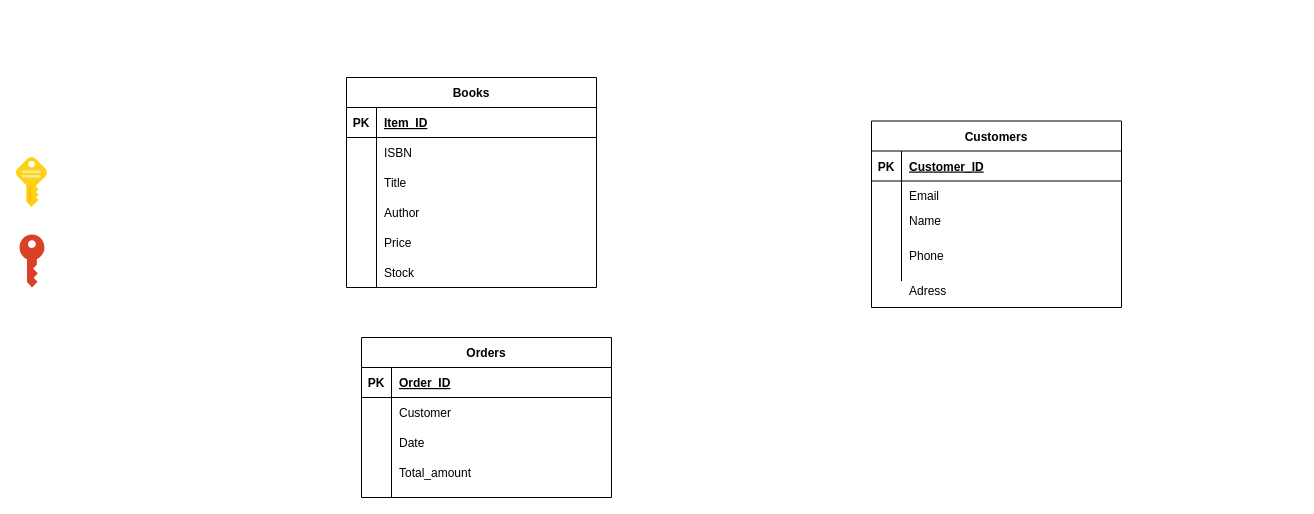
The draw.io diagram inlamning_1_ER.drawio in MagRos715/inlamnning_1, before the edit. Source tidied: cells renumbered, new cells numbered last; positions are measured from the earlier drawing's top-left corner, leaving out a move shared by most shapes. Both pictures are drawn from the tidied source at 100%, with x=0, y=0 at pixel (16, 77).
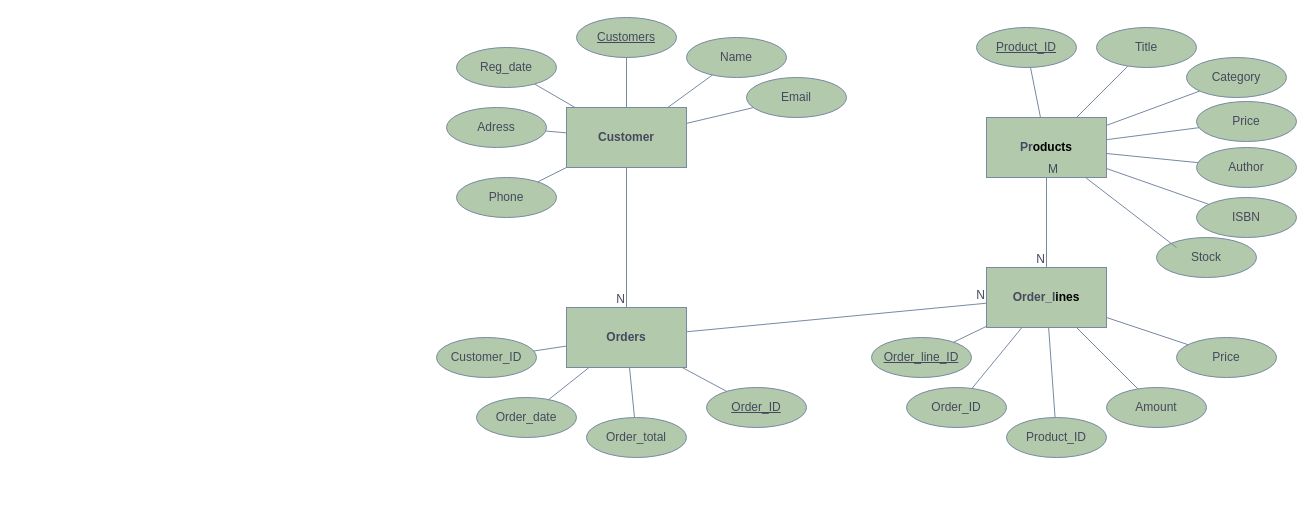
The same page after the edit.

Change to the diagram source:
```diff
@@
-    <mxCell id="2" style="image;sketch=0;html=1;align=center;fontSize=12;image=img/lib/mscae/Key.svg;imageBackground=none;fillStyle=auto;" parent="1" vertex="1">
-      <mxGeometry y="80" width="31" height="50" as="geometry" />
-    </mxCell>
-    <mxCell id="3" style="sketch=0;shadow=0;dashed=0;html=1;strokeColor=none;labelPosition=center;verticalLabelPosition=bottom;verticalAlign=top;align=center;shape=mxgraph.office.security.key_permissions;fillColor=#DA4026;" parent="1" vertex="1">
-      <mxGeometry x="3" y="157" width="25" height="53" as="geometry" />
-    </mxCell>
-    <mxCell id="4" style="group;" parent="1" vertex="1">
-      <mxGeometry x="855" y="43.5" width="250" height="186.5" as="geometry" />
-    </mxCell>
+    <mxCell id="37" value="&lt;b&gt;Customer&lt;/b&gt;" style="whiteSpace=wrap;html=1;align=center;labelBackgroundColor=none;fillColor=#B2C9AB;strokeColor=#788AA3;fontColor=#46495D;" parent="1" vertex="1">
+      <mxGeometry x="550" y="30" width="120" height="60" as="geometry" />
+    </mxCell>
+    <mxCell id="30" value="&lt;b&gt;Orders&lt;/b&gt;" style="whiteSpace=wrap;html=1;labelBackgroundColor=none;fillColor=#B2C9AB;strokeColor=#788AA3;fontColor=#46495D;" parent="1" vertex="1">
+      <mxGeometry x="550" y="230" width="120" height="60" as="geometry" />
+    </mxCell>
+    <mxCell id="40" value="&lt;b&gt;Order_l&lt;span style=&quot;background-color: transparent; color: light-dark(rgb(0, 0, 0), rgb(255, 255, 255));&quot;&gt;ines&lt;/span&gt;&lt;/b&gt;" style="whiteSpace=wrap;html=1;labelBackgroundColor=none;fillColor=#B2C9AB;strokeColor=#788AA3;fontColor=#46495D;" parent="1" vertex="1">
+      <mxGeometry x="970" y="190" width="120" height="60" as="geometry" />
+    </mxCell>
+    <mxCell id="41" value="&lt;b&gt;Pr&lt;span style=&quot;background-color: transparent; color: light-dark(rgb(0, 0, 0), rgb(255, 255, 255));&quot;&gt;oducts&lt;/span&gt;&lt;/b&gt;" style="whiteSpace=wrap;html=1;labelBackgroundColor=none;fillColor=#B2C9AB;strokeColor=#788AA3;fontColor=#46495D;" parent="1" vertex="1">
+      <mxGeometry x="970" y="40" width="120" height="60" as="geometry" />
+    </mxCell>
+    <mxCell id="12" value="Name" style="ellipse;whiteSpace=wrap;html=1;align=center;labelBackgroundColor=none;fillColor=#B2C9AB;strokeColor=#788AA3;fontColor=#46495D;" parent="1" vertex="1">
+      <mxGeometry x="670" y="-40" width="100" height="40" as="geometry" />
+    </mxCell>
-    <mxCell id="5" value="Customers" style="shape=table;startSize=30;childLayout=tableLayout;rowLines=0;fontStyle=1;align=center;" parent="4" vertex="1">
-      <mxGeometry width="250" height="186.5" as="geometry" />
+    <mxCell id="5" value="Customers" style="ellipse;whiteSpace=wrap;html=1;align=center;fontStyle=4;labelBackgroundColor=none;fillColor=#B2C9AB;strokeColor=#788AA3;fontColor=#46495D;" parent="1" vertex="1">
+      <mxGeometry x="560" y="-60" width="100" height="40" as="geometry" />
     </mxCell>
-    <mxCell id="6" style="shape=partialRectangle;fillColor=none;top=0;left=0;right=0;bottom=1;" parent="5" vertex="1">
-      <mxGeometry y="30" width="250" height="30" as="geometry" />
-    </mxCell>
-    <mxCell id="7" value="PK" style="shape=partialRectangle;overflow=hidden;fillColor=none;top=0;left=0;bottom=0;right=0;fontStyle=1;" parent="6" vertex="1">
-      <mxGeometry width="30" height="30" as="geometry" />
-    </mxCell>
+    <mxCell id="42" value="Reg_date" style="ellipse;whiteSpace=wrap;html=1;align=center;labelBackgroundColor=none;fillColor=#B2C9AB;strokeColor=#788AA3;fontColor=#46495D;" parent="1" vertex="1">
+      <mxGeometry x="440" y="-30" width="100" height="40" as="geometry" />
+    </mxCell>
+    <mxCell id="14" value="Adress" style="ellipse;whiteSpace=wrap;html=1;align=center;labelBackgroundColor=none;fillColor=#B2C9AB;strokeColor=#788AA3;fontColor=#46495D;" parent="1" vertex="1">
+      <mxGeometry x="430" y="30" width="100" height="40" as="geometry" />
+    </mxCell>
+    <mxCell id="13" value="Phone" style="ellipse;whiteSpace=wrap;html=1;align=center;labelBackgroundColor=none;fillColor=#B2C9AB;strokeColor=#788AA3;fontColor=#46495D;" parent="1" vertex="1">
+      <mxGeometry x="440" y="100" width="100" height="40" as="geometry" />
+    </mxCell>
+    <mxCell id="15" value="Email" style="ellipse;whiteSpace=wrap;html=1;align=center;labelBackgroundColor=none;fillColor=#B2C9AB;strokeColor=#788AA3;fontColor=#46495D;" parent="1" vertex="1">
+      <mxGeometry x="730" width="100" height="40" as="geometry" />
+    </mxCell>
+    <mxCell id="43" value="Order_ID" style="ellipse;whiteSpace=wrap;html=1;align=center;fontStyle=4;labelBackgroundColor=none;fillColor=#B2C9AB;strokeColor=#788AA3;fontColor=#46495D;" parent="1" vertex="1">
+      <mxGeometry x="690" y="310" width="100" height="40" as="geometry" />
+    </mxCell>
+    <mxCell id="44" value="Order_line_ID" style="ellipse;whiteSpace=wrap;html=1;align=center;fontStyle=4;labelBackgroundColor=none;fillColor=#B2C9AB;strokeColor=#788AA3;fontColor=#46495D;" parent="1" vertex="1">
+      <mxGeometry x="855" y="260" width="100" height="40" as="geometry" />
+    </mxCell>
+    <mxCell id="45" value="Product_ID" style="ellipse;whiteSpace=wrap;html=1;align=center;fontStyle=4;labelBackgroundColor=none;fillColor=#B2C9AB;strokeColor=#788AA3;fontColor=#46495D;" parent="1" vertex="1">
+      <mxGeometry x="960" y="-50" width="100" height="40" as="geometry" />
+    </mxCell>
+    <mxCell id="46" value="Amount" style="ellipse;whiteSpace=wrap;html=1;align=center;labelBackgroundColor=none;fillColor=#B2C9AB;strokeColor=#788AA3;fontColor=#46495D;" parent="1" vertex="1">
+      <mxGeometry x="1090" y="310" width="100" height="40" as="geometry" />
+    </mxCell>
+    <mxCell id="47" value="Price" style="ellipse;whiteSpace=wrap;html=1;align=center;labelBackgroundColor=none;fillColor=#B2C9AB;strokeColor=#788AA3;fontColor=#46495D;" parent="1" vertex="1">
+      <mxGeometry x="1160" y="260" width="100" height="40" as="geometry" />
+    </mxCell>
+    <mxCell id="28" value="Stock" style="ellipse;whiteSpace=wrap;html=1;align=center;labelBackgroundColor=none;fillColor=#B2C9AB;strokeColor=#788AA3;fontColor=#46495D;" parent="1" vertex="1">
+      <mxGeometry x="1140" y="160" width="100" height="40" as="geometry" />
+    </mxCell>
+    <mxCell id="24" value="ISBN" style="ellipse;whiteSpace=wrap;html=1;align=center;labelBackgroundColor=none;fillColor=#B2C9AB;strokeColor=#788AA3;fontColor=#46495D;" parent="1" vertex="1">
+      <mxGeometry x="1180" y="120" width="100" height="40" as="geometry" />
+    </mxCell>
+    <mxCell id="26" value="Author" style="ellipse;whiteSpace=wrap;html=1;align=center;labelBackgroundColor=none;fillColor=#B2C9AB;strokeColor=#788AA3;fontColor=#46495D;" parent="1" vertex="1">
+      <mxGeometry x="1180" y="70" width="100" height="40" as="geometry" />
+    </mxCell>
+    <mxCell id="48" value="Price" style="ellipse;whiteSpace=wrap;html=1;align=center;labelBackgroundColor=none;fillColor=#B2C9AB;strokeColor=#788AA3;fontColor=#46495D;" parent="1" vertex="1">
+      <mxGeometry x="1180" y="24" width="100" height="40" as="geometry" />
+    </mxCell>
+    <mxCell id="49" value="Category" style="ellipse;whiteSpace=wrap;html=1;align=center;labelBackgroundColor=none;fillColor=#B2C9AB;strokeColor=#788AA3;fontColor=#46495D;" parent="1" vertex="1">
+      <mxGeometry x="1170" y="-20" width="100" height="40" as="geometry" />
+    </mxCell>
+    <mxCell id="25" value="Title" style="ellipse;whiteSpace=wrap;html=1;align=center;labelBackgroundColor=none;fillColor=#B2C9AB;strokeColor=#788AA3;fontColor=#46495D;" parent="1" vertex="1">
+      <mxGeometry x="1080" y="-50" width="100" height="40" as="geometry" />
+    </mxCell>
+    <mxCell id="50" value="Product_ID" style="ellipse;whiteSpace=wrap;html=1;align=center;labelBackgroundColor=none;fillColor=#B2C9AB;strokeColor=#788AA3;fontColor=#46495D;" parent="1" vertex="1">
+      <mxGeometry x="990" y="340" width="100" height="40" as="geometry" />
+    </mxCell>
+    <mxCell id="51" value="Order_total" style="ellipse;whiteSpace=wrap;html=1;align=center;labelBackgroundColor=none;fillColor=#B2C9AB;strokeColor=#788AA3;fontColor=#46495D;" parent="1" vertex="1">
+      <mxGeometry x="570" y="340" width="100" height="40" as="geometry" />
+    </mxCell>
+    <mxCell id="52" value="Order_date" style="ellipse;whiteSpace=wrap;html=1;align=center;labelBackgroundColor=none;fillColor=#B2C9AB;strokeColor=#788AA3;fontColor=#46495D;" parent="1" vertex="1">
+      <mxGeometry x="460" y="320" width="100" height="40" as="geometry" />
+    </mxCell>
-    <mxCell id="8" value="Customer_ID" style="shape=partialRectangle;overflow=hidden;fillColor=none;top=0;left=0;bottom=0;right=0;align=left;spacingLeft=6;fontStyle=5;" parent="6" vertex="1">
-      <mxGeometry x="30" width="220" height="30" as="geometry" />
+    <mxCell id="8" value="Customer_ID" style="ellipse;whiteSpace=wrap;html=1;align=center;labelBackgroundColor=none;fillColor=#B2C9AB;strokeColor=#788AA3;fontColor=#46495D;" parent="1" vertex="1">
+      <mxGeometry x="420" y="260" width="100" height="40" as="geometry" />
     </mxCell>
-    <mxCell id="9" style="shape=partialRectangle;fillColor=none;top=0;left=0;right=0;bottom=0;" parent="5" vertex="1">
-      <mxGeometry y="60" width="250" height="100" as="geometry" />
-    </mxCell>
-    <mxCell id="10" style="shape=partialRectangle;overflow=hidden;fillColor=none;top=0;left=0;bottom=0;right=0;" parent="9" vertex="1">
-      <mxGeometry width="30" height="100" as="geometry" />
-    </mxCell>
-    <mxCell id="11" style="shape=partialRectangle;overflow=hidden;fillColor=none;top=0;left=0;bottom=0;right=0;align=left;spacingLeft=6;" parent="9" vertex="1">
-      <mxGeometry x="30" width="220" height="100" as="geometry" />
-    </mxCell>
-    <mxCell id="12" value="Name" style="shape=partialRectangle;overflow=hidden;fillColor=none;top=0;left=0;bottom=0;right=0;align=left;spacingLeft=6;fontStyle=0;" parent="4" vertex="1">
-      <mxGeometry x="30" y="81.6" width="220" height="35" as="geometry" />
-    </mxCell>
-    <mxCell id="13" value="Phone" style="shape=partialRectangle;overflow=hidden;fillColor=none;top=0;left=0;bottom=0;right=0;align=left;spacingLeft=6;fontStyle=0;" parent="4" vertex="1">
-      <mxGeometry x="30" y="116.6" width="220" height="35" as="geometry" />
-    </mxCell>
-    <mxCell id="14" value="Adress" style="shape=partialRectangle;overflow=hidden;fillColor=none;top=0;left=0;bottom=0;right=0;align=left;spacingLeft=6;fontStyle=0;" parent="4" vertex="1">
-      <mxGeometry x="30" y="151.5" width="220" height="35" as="geometry" />
-    </mxCell>
-    <mxCell id="15" value="Email" style="shape=partialRectangle;overflow=hidden;fillColor=none;top=0;left=0;bottom=0;right=0;align=left;spacingLeft=6;fontStyle=0;" parent="4" vertex="1">
-      <mxGeometry x="30" y="56.5" width="220" height="35" as="geometry" />
-    </mxCell>
-    <mxCell id="16" style="group;" parent="1" vertex="1">
-      <mxGeometry x="330" width="250" height="210" as="geometry" />
-    </mxCell>
-    <mxCell id="17" value="Books" style="shape=table;startSize=30;childLayout=tableLayout;rowLines=0;fontStyle=1;align=center;" parent="16" vertex="1">
-      <mxGeometry width="250" height="210" as="geometry" />
-    </mxCell>
-    <mxCell id="18" style="shape=partialRectangle;fillColor=none;top=0;left=0;right=0;bottom=1;" parent="17" vertex="1">
-      <mxGeometry y="30" width="250" height="30" as="geometry" />
-    </mxCell>
-    <mxCell id="19" value="PK" style="shape=partialRectangle;overflow=hidden;fillColor=none;top=0;left=0;bottom=0;right=0;fontStyle=1;" parent="18" vertex="1">
-      <mxGeometry width="30" height="30" as="geometry" />
-    </mxCell>
-    <mxCell id="20" value="Item_ID" style="shape=partialRectangle;overflow=hidden;fillColor=none;top=0;left=0;bottom=0;right=0;align=left;spacingLeft=6;fontStyle=5;" parent="18" vertex="1">
-      <mxGeometry x="30" width="220" height="30" as="geometry" />
-    </mxCell>
-    <mxCell id="21" style="shape=partialRectangle;fillColor=none;top=0;left=0;right=0;bottom=0;" parent="17" vertex="1">
-      <mxGeometry y="60" width="250" height="150" as="geometry" />
-    </mxCell>
-    <mxCell id="22" style="shape=partialRectangle;overflow=hidden;fillColor=none;top=0;left=0;bottom=0;right=0;" parent="21" vertex="1">
-      <mxGeometry width="30" height="150" as="geometry" />
-    </mxCell>
-    <mxCell id="23" style="shape=partialRectangle;overflow=hidden;fillColor=none;top=0;left=0;bottom=0;right=0;align=left;spacingLeft=6;" parent="21" vertex="1">
-      <mxGeometry x="30" width="220" height="150" as="geometry" />
-    </mxCell>
-    <mxCell id="24" value="ISBN" style="shape=partialRectangle;overflow=hidden;fillColor=none;top=0;left=0;bottom=0;right=0;align=left;spacingLeft=6;fontStyle=0;" parent="16" vertex="1">
-      <mxGeometry x="30" y="60" width="220" height="30" as="geometry" />
-    </mxCell>
-    <mxCell id="25" value="Title" style="shape=partialRectangle;overflow=hidden;fillColor=none;top=0;left=0;bottom=0;right=0;align=left;spacingLeft=6;fontStyle=0;" parent="16" vertex="1">
-      <mxGeometry x="30" y="90" width="220" height="30" as="geometry" />
-    </mxCell>
-    <mxCell id="26" value="Author" style="shape=partialRectangle;overflow=hidden;fillColor=none;top=0;left=0;bottom=0;right=0;align=left;spacingLeft=6;fontStyle=0;" parent="16" vertex="1">
-      <mxGeometry x="30" y="120" width="220" height="30" as="geometry" />
-    </mxCell>
-    <mxCell id="27" value="Price" style="shape=partialRectangle;overflow=hidden;fillColor=none;top=0;left=0;bottom=0;right=0;align=left;spacingLeft=6;fontStyle=0;" parent="16" vertex="1">
-      <mxGeometry x="30" y="150" width="220" height="30" as="geometry" />
-    </mxCell>
-    <mxCell id="28" value="Stock" style="shape=partialRectangle;overflow=hidden;fillColor=none;top=0;left=0;bottom=0;right=0;align=left;spacingLeft=6;fontStyle=0;" parent="16" vertex="1">
-      <mxGeometry x="30" y="180" width="220" height="30" as="geometry" />
-    </mxCell>
-    <mxCell id="29" style="group;" parent="1" vertex="1">
-      <mxGeometry x="345" y="260" width="250" height="160" as="geometry" />
-    </mxCell>
-    <mxCell id="30" value="Orders" style="shape=table;startSize=30;childLayout=tableLayout;rowLines=0;fontStyle=1;align=center;" parent="29" vertex="1">
-      <mxGeometry width="250" height="160" as="geometry" />
-    </mxCell>
-    <mxCell id="31" style="shape=partialRectangle;fillColor=none;top=0;left=0;right=0;bottom=1;" parent="30" vertex="1">
-      <mxGeometry y="30" width="250" height="30" as="geometry" />
-    </mxCell>
-    <mxCell id="32" value="PK" style="shape=partialRectangle;overflow=hidden;fillColor=none;top=0;left=0;bottom=0;right=0;fontStyle=1;" parent="31" vertex="1">
-      <mxGeometry width="30" height="30" as="geometry" />
-    </mxCell>
-    <mxCell id="33" value="Order_ID" style="shape=partialRectangle;overflow=hidden;fillColor=none;top=0;left=0;bottom=0;right=0;align=left;spacingLeft=6;fontStyle=5;" parent="31" vertex="1">
-      <mxGeometry x="30" width="220" height="30" as="geometry" />
-    </mxCell>
-    <mxCell id="34" style="shape=partialRectangle;fillColor=none;top=0;left=0;right=0;bottom=0;" parent="30" vertex="1">
-      <mxGeometry y="60" width="250" height="100" as="geometry" />
-    </mxCell>
-    <mxCell id="35" style="shape=partialRectangle;overflow=hidden;fillColor=none;top=0;left=0;bottom=0;right=0;" parent="34" vertex="1">
-      <mxGeometry width="30" height="100" as="geometry" />
-    </mxCell>
-    <mxCell id="36" style="shape=partialRectangle;overflow=hidden;fillColor=none;top=0;left=0;bottom=0;right=0;align=left;spacingLeft=6;" parent="34" vertex="1">
-      <mxGeometry x="30" width="220" height="100" as="geometry" />
-    </mxCell>
-    <mxCell id="37" value="Customer" style="shape=partialRectangle;overflow=hidden;fillColor=none;top=0;left=0;bottom=0;right=0;align=left;spacingLeft=6;fontStyle=0;" parent="29" vertex="1">
-      <mxGeometry x="30" y="60" width="220" height="30" as="geometry" />
-    </mxCell>
-    <mxCell id="38" value="Date" style="shape=partialRectangle;overflow=hidden;fillColor=none;top=0;left=0;bottom=0;right=0;align=left;spacingLeft=6;fontStyle=0;" parent="29" vertex="1">
-      <mxGeometry x="30" y="90" width="220" height="30" as="geometry" />
-    </mxCell>
-    <mxCell id="39" value="Total_amount" style="shape=partialRectangle;overflow=hidden;fillColor=none;top=0;left=0;bottom=0;right=0;align=left;spacingLeft=6;fontStyle=0;" parent="29" vertex="1">
-      <mxGeometry x="30" y="120" width="220" height="30" as="geometry" />
-    </mxCell>
+    <mxCell id="53" style="endArrow=none;html=1;rounded=0;labelBackgroundColor=none;strokeColor=#788AA3;fontColor=default;" parent="1" edge="1" source="41">
+      <mxGeometry relative="1" as="geometry">
+        <mxPoint x="1160" y="170" as="targetPoint" />
+      </mxGeometry>
+    </mxCell>
+    <mxCell id="54" style="endArrow=none;html=1;rounded=0;labelBackgroundColor=none;strokeColor=#788AA3;fontColor=default;" parent="1" edge="1" source="41" target="24">
+      <mxGeometry relative="1" as="geometry" />
+    </mxCell>
+    <mxCell id="55" style="endArrow=none;html=1;rounded=0;labelBackgroundColor=none;strokeColor=#788AA3;fontColor=default;" parent="1" edge="1" source="41" target="26">
+      <mxGeometry relative="1" as="geometry" />
+    </mxCell>
+    <mxCell id="56" style="endArrow=none;html=1;rounded=0;labelBackgroundColor=none;strokeColor=#788AA3;fontColor=default;" parent="1" edge="1" source="41" target="48">
+      <mxGeometry relative="1" as="geometry" />
+    </mxCell>
+    <mxCell id="57" style="endArrow=none;html=1;rounded=0;labelBackgroundColor=none;strokeColor=#788AA3;fontColor=default;" parent="1" edge="1" source="41" target="49">
+      <mxGeometry relative="1" as="geometry" />
+    </mxCell>
+    <mxCell id="58" style="endArrow=none;html=1;rounded=0;labelBackgroundColor=none;strokeColor=#788AA3;fontColor=default;" parent="1" edge="1" source="41" target="25">
+      <mxGeometry relative="1" as="geometry" />
+    </mxCell>
+    <mxCell id="59" style="endArrow=none;html=1;rounded=0;labelBackgroundColor=none;strokeColor=#788AA3;fontColor=default;" parent="1" edge="1" source="41" target="45">
+      <mxGeometry relative="1" as="geometry" />
+    </mxCell>
+    <mxCell id="60" style="endArrow=none;html=1;rounded=0;labelBackgroundColor=none;strokeColor=#788AA3;fontColor=default;" parent="1" edge="1" source="40" target="47">
+      <mxGeometry relative="1" as="geometry" />
+    </mxCell>
+    <mxCell id="61" style="endArrow=none;html=1;rounded=0;labelBackgroundColor=none;strokeColor=#788AA3;fontColor=default;" parent="1" edge="1" source="40" target="46">
+      <mxGeometry relative="1" as="geometry" />
+    </mxCell>
+    <mxCell id="62" style="endArrow=none;html=1;rounded=0;labelBackgroundColor=none;strokeColor=#788AA3;fontColor=default;" parent="1" edge="1" source="40" target="50">
+      <mxGeometry relative="1" as="geometry" />
+    </mxCell>
+    <mxCell id="63" style="endArrow=none;html=1;rounded=0;labelBackgroundColor=none;strokeColor=#788AA3;fontColor=default;" parent="1" edge="1" source="44" target="40">
+      <mxGeometry relative="1" as="geometry" />
+    </mxCell>
+    <mxCell id="64" style="endArrow=none;html=1;rounded=0;labelBackgroundColor=none;strokeColor=#788AA3;fontColor=default;" parent="1" edge="1" source="13" target="37">
+      <mxGeometry relative="1" as="geometry" />
+    </mxCell>
+    <mxCell id="65" style="endArrow=none;html=1;rounded=0;labelBackgroundColor=none;strokeColor=#788AA3;fontColor=default;" parent="1" edge="1" source="14" target="37">
+      <mxGeometry relative="1" as="geometry" />
+    </mxCell>
+    <mxCell id="66" style="endArrow=none;html=1;rounded=0;labelBackgroundColor=none;strokeColor=#788AA3;fontColor=default;" parent="1" edge="1" source="42" target="37">
+      <mxGeometry relative="1" as="geometry" />
+    </mxCell>
+    <mxCell id="67" style="endArrow=none;html=1;rounded=0;labelBackgroundColor=none;strokeColor=#788AA3;fontColor=default;" parent="1" edge="1" source="37" target="15">
+      <mxGeometry relative="1" as="geometry" />
+    </mxCell>
+    <mxCell id="68" style="endArrow=none;html=1;rounded=0;labelBackgroundColor=none;strokeColor=#788AA3;fontColor=default;" parent="1" edge="1" source="37" target="12">
+      <mxGeometry relative="1" as="geometry" />
+    </mxCell>
+    <mxCell id="69" style="endArrow=none;html=1;rounded=0;labelBackgroundColor=none;strokeColor=#788AA3;fontColor=default;" parent="1" edge="1" source="5" target="37">
+      <mxGeometry relative="1" as="geometry" />
+    </mxCell>
+    <mxCell id="70" style="endArrow=none;html=1;rounded=0;labelBackgroundColor=none;strokeColor=#788AA3;fontColor=default;" parent="1" edge="1" source="8" target="30">
+      <mxGeometry relative="1" as="geometry" />
+    </mxCell>
+    <mxCell id="71" style="endArrow=none;html=1;rounded=0;labelBackgroundColor=none;strokeColor=#788AA3;fontColor=default;" parent="1" edge="1" source="52" target="30">
+      <mxGeometry relative="1" as="geometry" />
+    </mxCell>
+    <mxCell id="72" style="endArrow=none;html=1;rounded=0;labelBackgroundColor=none;strokeColor=#788AA3;fontColor=default;" parent="1" edge="1" source="30" target="51">
+      <mxGeometry relative="1" as="geometry" />
+    </mxCell>
+    <mxCell id="73" style="endArrow=none;html=1;rounded=0;labelBackgroundColor=none;strokeColor=#788AA3;fontColor=default;" parent="1" edge="1" source="43" target="30">
+      <mxGeometry relative="1" as="geometry" />
+    </mxCell>
+    <mxCell id="74" style="endArrow=none;html=1;rounded=0;labelBackgroundColor=none;strokeColor=#788AA3;fontColor=default;" parent="1" edge="1" source="37" target="30">
+      <mxGeometry relative="1" as="geometry" />
+    </mxCell>
+    <mxCell id="75" value="N" style="html=1;whiteSpace=wrap;align=right;verticalAlign=bottom;labelBackgroundColor=none;fillColor=#B2C9AB;strokeColor=#788AA3;fontColor=#46495D;" parent="74" vertex="1">
+      <mxGeometry x="1" relative="1" as="geometry" />
+    </mxCell>
+    <mxCell id="76" style="endArrow=none;html=1;rounded=0;labelBackgroundColor=none;strokeColor=#788AA3;fontColor=default;" parent="1" edge="1" source="30" target="40">
+      <mxGeometry relative="1" as="geometry" />
+    </mxCell>
+    <mxCell id="77" value="N" style="html=1;whiteSpace=wrap;align=right;verticalAlign=bottom;labelBackgroundColor=none;fillColor=#B2C9AB;strokeColor=#788AA3;fontColor=#46495D;" parent="76" vertex="1">
+      <mxGeometry x="1" relative="1" as="geometry" />
+    </mxCell>
+    <mxCell id="78" value="Order_ID" style="ellipse;whiteSpace=wrap;html=1;align=center;labelBackgroundColor=none;fillColor=#B2C9AB;strokeColor=#788AA3;fontColor=#46495D;" parent="1" vertex="1">
+      <mxGeometry x="890" y="310" width="100" height="40" as="geometry" />
+    </mxCell>
+    <mxCell id="79" style="endArrow=none;html=1;rounded=0;labelBackgroundColor=none;strokeColor=#788AA3;fontColor=default;" parent="1" edge="1" source="78" target="40">
+      <mxGeometry relative="1" as="geometry" />
+    </mxCell>
+    <mxCell id="80" style="endArrow=none;html=1;rounded=0;strokeColor=#788AA3;fontColor=#46495D;fillColor=#B2C9AB;" parent="1" edge="1" source="41" target="40">
+      <mxGeometry relative="1" as="geometry" />
+    </mxCell>
+    <mxCell id="81" value="M" style="html=1;whiteSpace=wrap;align=left;verticalAlign=bottom;strokeColor=#788AA3;fontColor=#46495D;fillColor=#B2C9AB;" parent="80" vertex="1">
+      <mxGeometry x="-1" relative="1" as="geometry" />
+    </mxCell>
+    <mxCell id="82" value="N" style="html=1;whiteSpace=wrap;align=right;verticalAlign=bottom;strokeColor=#788AA3;fontColor=#46495D;fillColor=#B2C9AB;" parent="80" vertex="1">
+      <mxGeometry x="1" relative="1" as="geometry" />
+    </mxCell>
```
